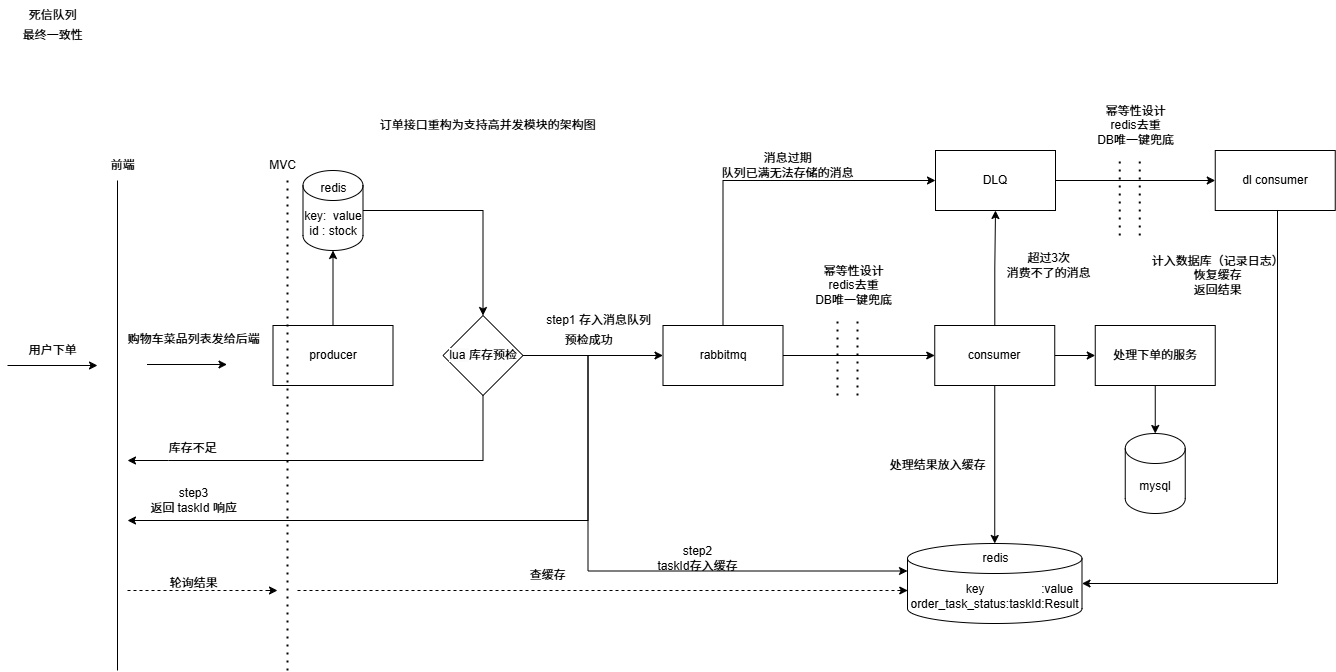
The draw.io diagram note/订单接口重构为支持高并发模块的架构图.png in Lzh-hub-theo/sky-take-out, before a commit. Source tidied: cells renumbered, new cells last; positions are measured from the earlier drawing's top-left corner, leaving out a move shared by most shapes. Its diagram source:
```xml
<mxGraphModel>
  <root>
    <mxCell id="0" />
    <mxCell id="1" parent="0" />
    <mxCell id="2" style="endArrow=classic;html=1;rounded=0;" parent="1" edge="1">
      <mxGeometry relative="1" as="geometry">
        <mxPoint y="365" as="sourcePoint" />
        <mxPoint x="90" y="365" as="targetPoint" />
      </mxGeometry>
    </mxCell>
    <mxCell id="3" value="用户下单" style="text;html=1;align=center;verticalAlign=middle;strokeColor=none;fillColor=none;" parent="1" vertex="1">
      <mxGeometry x="10" y="335" width="70" height="30" as="geometry" />
    </mxCell>
    <mxCell id="4" style="endArrow=classic;html=1;rounded=0;" parent="1" edge="1">
      <mxGeometry relative="1" as="geometry">
        <mxPoint x="139.5" y="364" as="sourcePoint" />
        <mxPoint x="219.5" y="364" as="targetPoint" />
      </mxGeometry>
    </mxCell>
    <mxCell id="5" value="购物车菜品列表发给后端" style="text;html=1;align=center;verticalAlign=middle;strokeColor=none;fillColor=none;" parent="1" vertex="1">
      <mxGeometry x="105.5" y="324" width="160" height="30" as="geometry" />
    </mxCell>
    <mxCell id="6" style="endArrow=none;html=1;rounded=0;" parent="1" edge="1">
      <mxGeometry relative="1" as="geometry">
        <mxPoint x="110" y="670" as="sourcePoint" />
        <mxPoint x="110" y="180" as="targetPoint" />
      </mxGeometry>
    </mxCell>
    <mxCell id="7" style="edgeStyle=orthogonalEdgeStyle;rounded=0;jettySize=auto;html=1;entryX=0;entryY=0.5;entryDx=0;entryDy=0;" parent="1" edge="1" source="9" target="14">
      <mxGeometry relative="1" as="geometry" />
    </mxCell>
    <mxCell id="8" style="edgeStyle=orthogonalEdgeStyle;rounded=0;jettySize=auto;html=1;" parent="1" edge="1" source="9">
      <mxGeometry relative="1" as="geometry">
        <mxPoint x="120" y="460" as="targetPoint" />
        <Array as="points">
          <mxPoint x="476" y="460" />
          <mxPoint x="161" y="460" />
        </Array>
      </mxGeometry>
    </mxCell>
    <mxCell id="9" value="&lt;span style=&quot;color: rgb(0, 0, 0); font-family: Helvetica; font-size: 12px; font-style: normal; font-variant-ligatures: normal; font-variant-caps: normal; font-weight: 400; letter-spacing: normal; orphans: 2; text-align: center; text-indent: 0px; text-transform: none; widows: 2; word-spacing: 0px; -webkit-text-stroke-width: 0px; white-space: nowrap; background-color: rgb(251, 251, 251); text-decoration-thickness: initial; text-decoration-style: initial; text-decoration-color: initial; display: inline !important; float: none;&quot;&gt;lua&amp;nbsp;&lt;/span&gt;&lt;span style=&quot;forced-color-adjust: none; color: rgb(0, 0, 0); font-family: Helvetica; font-size: 12px; font-style: normal; font-variant-ligatures: normal; font-variant-caps: normal; font-weight: 400; letter-spacing: normal; orphans: 2; text-align: center; text-indent: 0px; text-transform: none; widows: 2; word-spacing: 0px; -webkit-text-stroke-width: 0px; white-space: nowrap; background-color: initial; text-decoration-thickness: initial; text-decoration-style: initial; text-decoration-color: initial;&quot;&gt;库存预检&lt;/span&gt;" style="rhombus;whiteSpace=wrap;html=1;" parent="1" vertex="1">
      <mxGeometry x="435.5" y="315" width="80" height="80" as="geometry" />
    </mxCell>
    <mxCell id="10" value="前端" style="text;html=1;align=center;verticalAlign=middle;strokeColor=none;fillColor=none;" parent="1" vertex="1">
      <mxGeometry x="90" y="150" width="50" height="30" as="geometry" />
    </mxCell>
    <mxCell id="11" value="库存不足" style="text;html=1;align=center;verticalAlign=middle;strokeColor=none;fillColor=none;" parent="1" vertex="1">
      <mxGeometry x="150" y="433" width="70" height="30" as="geometry" />
    </mxCell>
    <mxCell id="12" style="edgeStyle=orthogonalEdgeStyle;rounded=0;jettySize=auto;html=1;entryX=0;entryY=0.5;entryDx=0;entryDy=0;" parent="1" edge="1" source="14" target="25">
      <mxGeometry relative="1" as="geometry" />
    </mxCell>
    <mxCell id="13" style="edgeStyle=orthogonalEdgeStyle;rounded=0;jettySize=auto;html=1;entryX=0;entryY=0.5;entryDx=0;entryDy=0;" parent="1" edge="1" source="14" target="51">
      <mxGeometry relative="1" as="geometry">
        <Array as="points">
          <mxPoint x="716" y="180" />
        </Array>
      </mxGeometry>
    </mxCell>
    <mxCell id="14" value="rabbitmq" style="rounded=0;whiteSpace=wrap;html=1;" parent="1" vertex="1">
      <mxGeometry x="655.5" y="325" width="120" height="60" as="geometry" />
    </mxCell>
    <mxCell id="15" style="edgeStyle=orthogonalEdgeStyle;rounded=0;jettySize=auto;html=1;" parent="1" edge="1" source="16">
      <mxGeometry relative="1" as="geometry">
        <mxPoint x="120" y="520" as="targetPoint" />
        <Array as="points">
          <mxPoint x="581" y="520" />
          <mxPoint x="120" y="520" />
        </Array>
      </mxGeometry>
    </mxCell>
    <mxCell id="16" value="预检成功" style="text;html=1;align=center;verticalAlign=middle;points=[];strokeColor=none;fillColor=none;" parent="1" vertex="1">
      <mxGeometry x="545.5" y="325" width="70" height="30" as="geometry" />
    </mxCell>
    <mxCell id="17" value="step1 存入消息队列" style="text;html=1;align=center;verticalAlign=middle;strokeColor=none;fillColor=none;" parent="1" vertex="1">
      <mxGeometry x="525.5" y="305" width="130" height="30" as="geometry" />
    </mxCell>
    <mxCell id="18" value="step3&lt;div&gt;返回&amp;nbsp;&lt;span style=&quot;background-color: initial;&quot;&gt;taskId&amp;nbsp;&lt;/span&gt;&lt;span style=&quot;background-color: initial;&quot;&gt;响应&lt;/span&gt;&lt;/div&gt;" style="text;html=1;align=center;verticalAlign=middle;strokeColor=none;fillColor=none;" parent="1" vertex="1">
      <mxGeometry x="130.5" y="480" width="110" height="40" as="geometry" />
    </mxCell>
    <mxCell id="19" value="MVC" style="text;html=1;align=center;verticalAlign=middle;strokeColor=none;fillColor=none;" parent="1" vertex="1">
      <mxGeometry x="249.5" y="150" width="50" height="30" as="geometry" />
    </mxCell>
    <mxCell id="20" value="处理下单的服务" style="rounded=0;whiteSpace=wrap;html=1;" parent="1" vertex="1">
      <mxGeometry x="1087.8" y="325" width="120" height="60" as="geometry" />
    </mxCell>
    <mxCell id="21" value="mysql" style="shape=cylinder3;whiteSpace=wrap;html=1;boundedLbl=1;backgroundOutline=1;size=15;" parent="1" vertex="1">
      <mxGeometry x="1117.8" y="433" width="60" height="80" as="geometry" />
    </mxCell>
    <mxCell id="22" value="订单接口重构为支持高并发模块的架构图" style="text;html=1;align=center;verticalAlign=middle;strokeColor=none;fillColor=none;" parent="1" vertex="1">
      <mxGeometry x="360" y="110" width="240" height="30" as="geometry" />
    </mxCell>
    <mxCell id="23" style="edgeStyle=orthogonalEdgeStyle;rounded=0;jettySize=auto;html=1;entryX=0;entryY=0.5;entryDx=0;entryDy=0;" parent="1" edge="1" source="25" target="20">
      <mxGeometry relative="1" as="geometry" />
    </mxCell>
    <mxCell id="24" style="edgeStyle=orthogonalEdgeStyle;rounded=0;jettySize=auto;html=1;entryX=0.5;entryY=1;entryDx=0;entryDy=0;" parent="1" edge="1" source="25" target="51">
      <mxGeometry relative="1" as="geometry" />
    </mxCell>
    <mxCell id="25" value="consumer" style="rounded=0;whiteSpace=wrap;html=1;" parent="1" vertex="1">
      <mxGeometry x="927.2" y="325" width="120" height="60" as="geometry" />
    </mxCell>
    <mxCell id="26" style="edgeStyle=orthogonalEdgeStyle;rounded=0;jettySize=auto;html=1;entryX=0.5;entryY=1;entryDx=0;entryDy=0;entryPerimeter=0;" parent="1" edge="1" source="27" target="29">
      <mxGeometry relative="1" as="geometry" />
    </mxCell>
    <mxCell id="27" value="producer" style="rounded=0;whiteSpace=wrap;html=1;" parent="1" vertex="1">
      <mxGeometry x="265.5" y="325" width="120" height="60" as="geometry" />
    </mxCell>
    <mxCell id="28" style="edgeStyle=orthogonalEdgeStyle;rounded=0;jettySize=auto;html=1;entryX=0.5;entryY=0;entryDx=0;entryDy=0;" parent="1" edge="1" source="29" target="9">
      <mxGeometry relative="1" as="geometry" />
    </mxCell>
    <mxCell id="29" value="&lt;div&gt;key:&amp;nbsp; value&lt;/div&gt;id : stock" style="shape=cylinder3;whiteSpace=wrap;html=1;boundedLbl=1;backgroundOutline=1;size=15;" parent="1" vertex="1">
      <mxGeometry x="295.5" y="170" width="60" height="80" as="geometry" />
    </mxCell>
    <mxCell id="30" style="edgeStyle=orthogonalEdgeStyle;rounded=0;jettySize=auto;html=1;entryX=0.5;entryY=0;entryDx=0;entryDy=0;entryPerimeter=0;" parent="1" edge="1" source="20" target="21">
      <mxGeometry relative="1" as="geometry" />
    </mxCell>
    <mxCell id="31" style="endArrow=none;dashed=1;html=1;dashPattern=1 3;strokeWidth=2;rounded=0;" parent="1" edge="1">
      <mxGeometry relative="1" as="geometry">
        <mxPoint x="280" y="670" as="sourcePoint" />
        <mxPoint x="280" y="180" as="targetPoint" />
      </mxGeometry>
    </mxCell>
    <mxCell id="32" style="endArrow=none;dashed=1;html=1;rounded=0;" parent="1" edge="1">
      <mxGeometry relative="1" as="geometry">
        <mxPoint x="120" y="590" as="sourcePoint" />
        <mxPoint x="270" y="590" as="targetPoint" />
      </mxGeometry>
    </mxCell>
    <mxCell id="33" style="endArrow=classic;html=1;rounded=0;" parent="1" edge="1">
      <mxGeometry relative="1" as="geometry">
        <mxPoint x="260" y="590" as="sourcePoint" />
        <mxPoint x="270" y="590" as="targetPoint" />
      </mxGeometry>
    </mxCell>
    <mxCell id="34" value="轮询结果" style="text;html=1;align=center;verticalAlign=middle;strokeColor=none;fillColor=none;" parent="1" vertex="1">
      <mxGeometry x="150.5" y="568" width="70" height="30" as="geometry" />
    </mxCell>
    <mxCell id="35" value="&amp;nbsp; &amp;nbsp; &amp;nbsp; &amp;nbsp; &amp;nbsp; &amp;nbsp; &amp;nbsp; &amp;nbsp;key&amp;nbsp;&amp;nbsp; &amp;nbsp; &amp;nbsp; &amp;nbsp; &amp;nbsp; &amp;nbsp; &amp;nbsp; &amp;nbsp; :value&lt;br&gt;&lt;div&gt;&lt;span style=&quot;background-color: initial;&quot;&gt;order_task_status:taskId&lt;/span&gt;:Result&lt;/div&gt;" style="shape=cylinder3;whiteSpace=wrap;html=1;boundedLbl=1;backgroundOutline=1;size=15;" parent="1" vertex="1">
      <mxGeometry x="900" y="543" width="174.5" height="80" as="geometry" />
    </mxCell>
    <mxCell id="36" style="edgeStyle=orthogonalEdgeStyle;rounded=0;jettySize=auto;html=1;entryX=0.5;entryY=0;entryDx=0;entryDy=0;entryPerimeter=0;" parent="1" edge="1" source="25" target="35">
      <mxGeometry relative="1" as="geometry" />
    </mxCell>
    <mxCell id="37" value="处理结果放入缓存" style="text;html=1;align=center;verticalAlign=middle;strokeColor=none;fillColor=none;" parent="1" vertex="1">
      <mxGeometry x="870" y="450" width="120" height="30" as="geometry" />
    </mxCell>
    <mxCell id="38" value="redis" style="text;html=1;align=center;verticalAlign=middle;strokeColor=none;fillColor=none;" parent="1" vertex="1">
      <mxGeometry x="962.8" y="543" width="50" height="30" as="geometry" />
    </mxCell>
    <mxCell id="39" value="redis" style="text;html=1;align=center;verticalAlign=middle;strokeColor=none;fillColor=none;" parent="1" vertex="1">
      <mxGeometry x="300.5" y="173" width="50" height="30" as="geometry" />
    </mxCell>
    <mxCell id="40" style="endArrow=none;dashed=1;html=1;rounded=0;" parent="1" edge="1">
      <mxGeometry relative="1" as="geometry">
        <mxPoint x="290" y="590" as="sourcePoint" />
        <mxPoint x="900.2" y="590" as="targetPoint" />
      </mxGeometry>
    </mxCell>
    <mxCell id="41" style="endArrow=classic;html=1;rounded=0;" parent="1" edge="1">
      <mxGeometry relative="1" as="geometry">
        <mxPoint x="890.2" y="590" as="sourcePoint" />
        <mxPoint x="900.2" y="590" as="targetPoint" />
      </mxGeometry>
    </mxCell>
    <mxCell id="42" value="查缓存" style="text;html=1;align=center;verticalAlign=middle;strokeColor=none;fillColor=none;" parent="1" vertex="1">
      <mxGeometry x="510" y="560" width="60" height="30" as="geometry" />
    </mxCell>
    <mxCell id="43" style="edgeStyle=orthogonalEdgeStyle;rounded=0;jettySize=auto;html=1;entryX=0;entryY=0;entryDx=0;entryDy=27.5;entryPerimeter=0;" parent="1" edge="1" source="16" target="35">
      <mxGeometry relative="1" as="geometry">
        <Array as="points">
          <mxPoint x="581" y="571" />
        </Array>
      </mxGeometry>
    </mxCell>
    <mxCell id="44" value="step2&lt;div&gt;taskId存入缓存&lt;/div&gt;" style="text;html=1;align=center;verticalAlign=middle;strokeColor=none;fillColor=none;" parent="1" vertex="1">
      <mxGeometry x="640" y="538" width="100" height="40" as="geometry" />
    </mxCell>
    <mxCell id="45" value="幂等性设计&lt;div&gt;redis去重&lt;/div&gt;&lt;div&gt;DB&lt;span style=&quot;background-color: initial;&quot;&gt;唯一键兜底&lt;/span&gt;&lt;/div&gt;" style="text;html=1;align=center;verticalAlign=middle;strokeColor=none;fillColor=none;" parent="1" vertex="1">
      <mxGeometry x="795.5" y="255" width="100" height="60" as="geometry" />
    </mxCell>
    <mxCell id="46" value="死信队列" style="text;html=1;align=center;verticalAlign=middle;strokeColor=none;fillColor=none;" parent="1" vertex="1">
      <mxGeometry x="10" width="70" height="30" as="geometry" />
    </mxCell>
    <mxCell id="47" value="最终一致性" style="text;html=1;align=center;verticalAlign=middle;strokeColor=none;fillColor=none;" parent="1" vertex="1">
      <mxGeometry x="5" y="20" width="80" height="30" as="geometry" />
    </mxCell>
    <mxCell id="48" style="endArrow=none;dashed=1;html=1;dashPattern=1 3;strokeWidth=2;rounded=0;" parent="1" edge="1">
      <mxGeometry relative="1" as="geometry">
        <mxPoint x="830" y="395" as="sourcePoint" />
        <mxPoint x="830" y="315" as="targetPoint" />
      </mxGeometry>
    </mxCell>
    <mxCell id="49" style="endArrow=none;dashed=1;html=1;dashPattern=1 3;strokeWidth=2;rounded=0;" parent="1" edge="1">
      <mxGeometry relative="1" as="geometry">
        <mxPoint x="850" y="395" as="sourcePoint" />
        <mxPoint x="850" y="315" as="targetPoint" />
      </mxGeometry>
    </mxCell>
    <mxCell id="50" style="edgeStyle=orthogonalEdgeStyle;rounded=0;jettySize=auto;html=1;entryX=0;entryY=0.5;entryDx=0;entryDy=0;" parent="1" edge="1" source="51" target="53">
      <mxGeometry relative="1" as="geometry" />
    </mxCell>
    <mxCell id="51" value="DLQ" style="rounded=0;whiteSpace=wrap;html=1;" parent="1" vertex="1">
      <mxGeometry x="928" y="150" width="120" height="60" as="geometry" />
    </mxCell>
    <mxCell id="52" value="&lt;div&gt;超过3次&lt;/div&gt;消费不了的消息" style="text;html=1;align=center;verticalAlign=middle;strokeColor=none;fillColor=none;" parent="1" vertex="1">
      <mxGeometry x="986" y="245" width="110" height="40" as="geometry" />
    </mxCell>
    <mxCell id="53" value="dl consumer" style="rounded=0;whiteSpace=wrap;html=1;" parent="1" vertex="1">
      <mxGeometry x="1207.8" y="150" width="120" height="60" as="geometry" />
    </mxCell>
    <mxCell id="54" style="edgeStyle=orthogonalEdgeStyle;rounded=0;jettySize=auto;html=1;entryX=1;entryY=0.5;entryDx=0;entryDy=0;entryPerimeter=0;" parent="1" edge="1" source="53" target="35">
      <mxGeometry relative="1" as="geometry">
        <Array as="points">
          <mxPoint x="1270" y="583" />
        </Array>
      </mxGeometry>
    </mxCell>
    <mxCell id="55" value="计入数据库（记录日志）&lt;div&gt;恢复缓存&lt;/div&gt;&lt;div&gt;返回结果&lt;/div&gt;" style="text;html=1;align=center;verticalAlign=middle;strokeColor=none;fillColor=none;" parent="1" vertex="1">
      <mxGeometry x="1130" y="245" width="160" height="60" as="geometry" />
    </mxCell>
    <mxCell id="56" value="幂等性设计&lt;div&gt;redis去重&lt;/div&gt;&lt;div&gt;DB&lt;span style=&quot;background-color: initial;&quot;&gt;唯一键兜底&lt;/span&gt;&lt;/div&gt;" style="text;html=1;align=center;verticalAlign=middle;strokeColor=none;fillColor=none;" parent="1" vertex="1">
      <mxGeometry x="1077.8" y="95" width="100" height="60" as="geometry" />
    </mxCell>
    <mxCell id="57" style="endArrow=none;dashed=1;html=1;dashPattern=1 3;strokeWidth=2;rounded=0;" parent="1" edge="1">
      <mxGeometry relative="1" as="geometry">
        <mxPoint x="1112.2" y="235" as="sourcePoint" />
        <mxPoint x="1112.2" y="155" as="targetPoint" />
      </mxGeometry>
    </mxCell>
    <mxCell id="58" style="endArrow=none;dashed=1;html=1;dashPattern=1 3;strokeWidth=2;rounded=0;" parent="1" edge="1">
      <mxGeometry relative="1" as="geometry">
        <mxPoint x="1132.2" y="235" as="sourcePoint" />
        <mxPoint x="1132.2" y="155" as="targetPoint" />
      </mxGeometry>
    </mxCell>
    <mxCell id="59" value="消息过期&lt;div&gt;队列已满无法存储的消息&lt;/div&gt;" style="text;html=1;align=center;verticalAlign=middle;strokeColor=none;fillColor=none;" parent="1" vertex="1">
      <mxGeometry x="700" y="145" width="160" height="40" as="geometry" />
    </mxCell>
  </root>
</mxGraphModel>
```
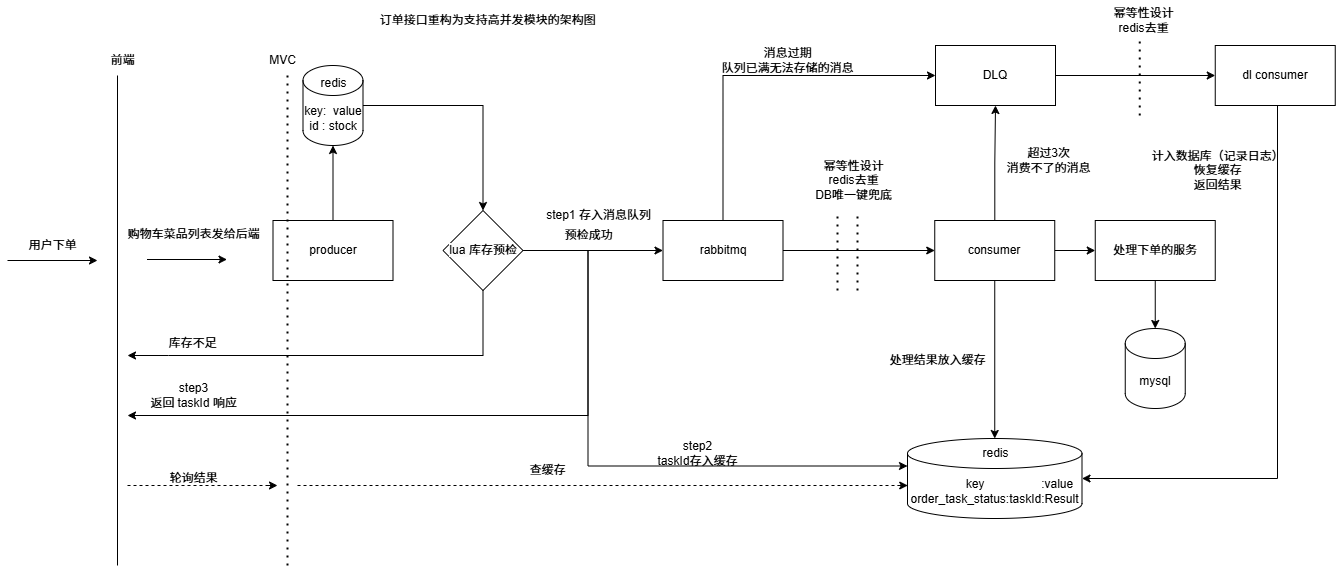
The same file after the commit.

Diff of the diagram source:
```diff
@@ -178,12 +178,6 @@
     <mxCell id="45" value="幂等性设计&lt;div&gt;redis去重&lt;/div&gt;&lt;div&gt;DB&lt;span style=&quot;background-color: initial;&quot;&gt;唯一键兜底&lt;/span&gt;&lt;/div&gt;" style="text;html=1;align=center;verticalAlign=middle;strokeColor=none;fillColor=none;" parent="1" vertex="1">
       <mxGeometry x="795.5" y="255" width="100" height="60" as="geometry" />
     </mxCell>
-    <mxCell id="46" value="死信队列" style="text;html=1;align=center;verticalAlign=middle;strokeColor=none;fillColor=none;" parent="1" vertex="1">
-      <mxGeometry x="10" width="70" height="30" as="geometry" />
-    </mxCell>
-    <mxCell id="47" value="最终一致性" style="text;html=1;align=center;verticalAlign=middle;strokeColor=none;fillColor=none;" parent="1" vertex="1">
-      <mxGeometry x="5" y="20" width="80" height="30" as="geometry" />
-    </mxCell>
     <mxCell id="48" style="endArrow=none;dashed=1;html=1;dashPattern=1 3;strokeWidth=2;rounded=0;" parent="1" edge="1">
       <mxGeometry relative="1" as="geometry">
         <mxPoint x="830" y="395" as="sourcePoint" />
@@ -218,19 +212,13 @@
     <mxCell id="55" value="计入数据库（记录日志）&lt;div&gt;恢复缓存&lt;/div&gt;&lt;div&gt;返回结果&lt;/div&gt;" style="text;html=1;align=center;verticalAlign=middle;strokeColor=none;fillColor=none;" parent="1" vertex="1">
       <mxGeometry x="1130" y="245" width="160" height="60" as="geometry" />
     </mxCell>
-    <mxCell id="56" value="幂等性设计&lt;div&gt;redis去重&lt;/div&gt;&lt;div&gt;DB&lt;span style=&quot;background-color: initial;&quot;&gt;唯一键兜底&lt;/span&gt;&lt;/div&gt;" style="text;html=1;align=center;verticalAlign=middle;strokeColor=none;fillColor=none;" parent="1" vertex="1">
-      <mxGeometry x="1077.8" y="95" width="100" height="60" as="geometry" />
+    <mxCell id="56" value="幂等性设计&lt;div&gt;redis去重&lt;/div&gt;" style="text;html=1;align=center;verticalAlign=middle;strokeColor=none;fillColor=none;" parent="1" vertex="1">
+      <mxGeometry x="1096" y="105" width="80" height="40" as="geometry" />
     </mxCell>
-    <mxCell id="57" style="endArrow=none;dashed=1;html=1;dashPattern=1 3;strokeWidth=2;rounded=0;" parent="1" edge="1">
-      <mxGeometry relative="1" as="geometry">
-        <mxPoint x="1112.2" y="235" as="sourcePoint" />
-        <mxPoint x="1112.2" y="155" as="targetPoint" />
-      </mxGeometry>
-    </mxCell>
     <mxCell id="58" style="endArrow=none;dashed=1;html=1;dashPattern=1 3;strokeWidth=2;rounded=0;" parent="1" edge="1">
       <mxGeometry relative="1" as="geometry">
-        <mxPoint x="1132.2" y="235" as="sourcePoint" />
-        <mxPoint x="1132.2" y="155" as="targetPoint" />
+        <mxPoint x="1132.2" y="220" as="sourcePoint" />
+        <mxPoint x="1132.2" y="140" as="targetPoint" />
       </mxGeometry>
     </mxCell>
     <mxCell id="59" value="消息过期&lt;div&gt;队列已满无法存储的消息&lt;/div&gt;" style="text;html=1;align=center;verticalAlign=middle;strokeColor=none;fillColor=none;" parent="1" vertex="1">
```
